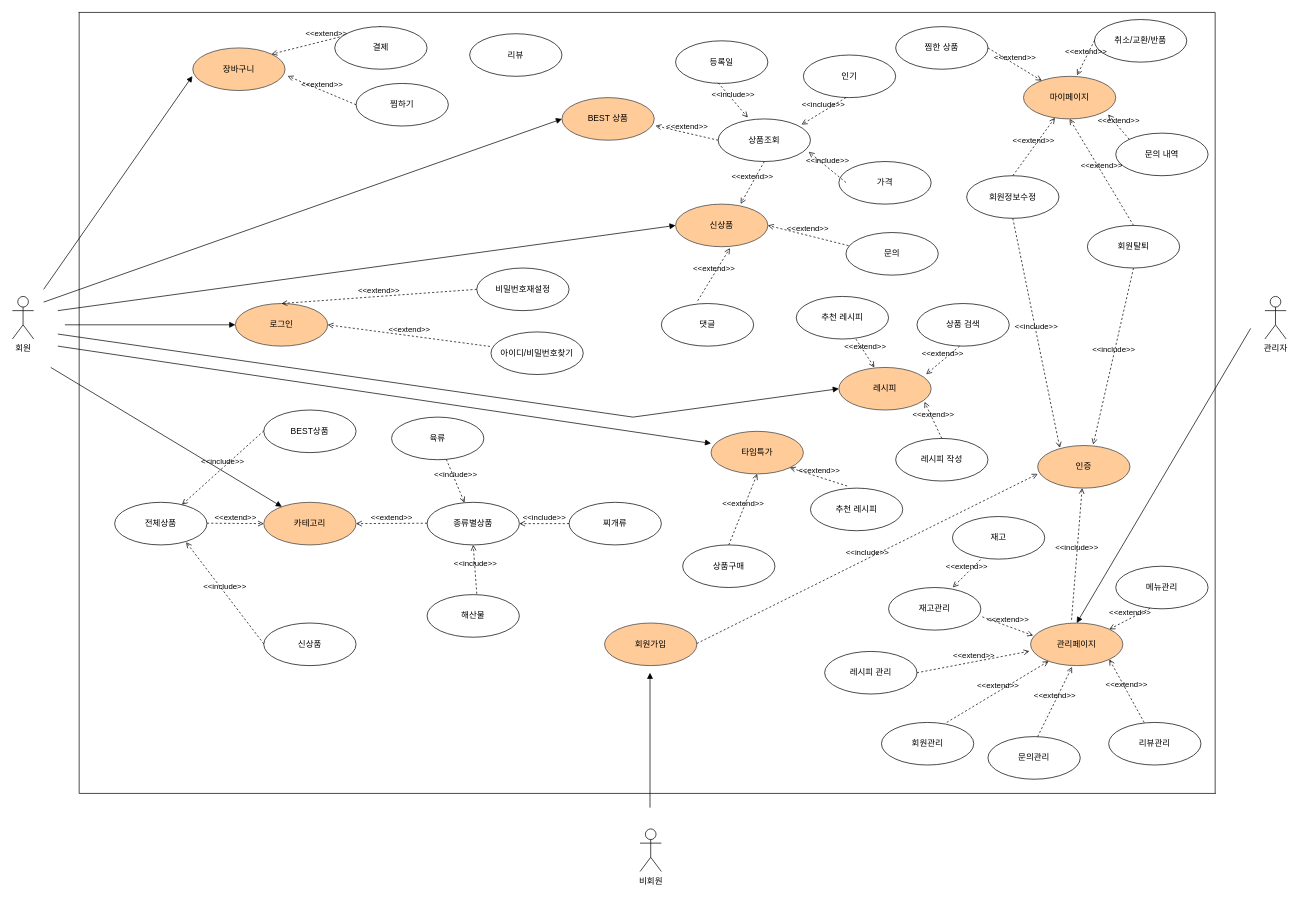
Before: USECASE DIAGRAM.drawio in wjdwodhs/USECASE-DIAGRAM, a draw.io diagram. Source tidied: cells renumbered, new cells numbered last; positions are measured from the earlier drawing's top-left corner, leaving out a move shared by most shapes. Both pictures are drawn from the tidied source at 71%, with x=0, y=0 at pixel (12, 12).
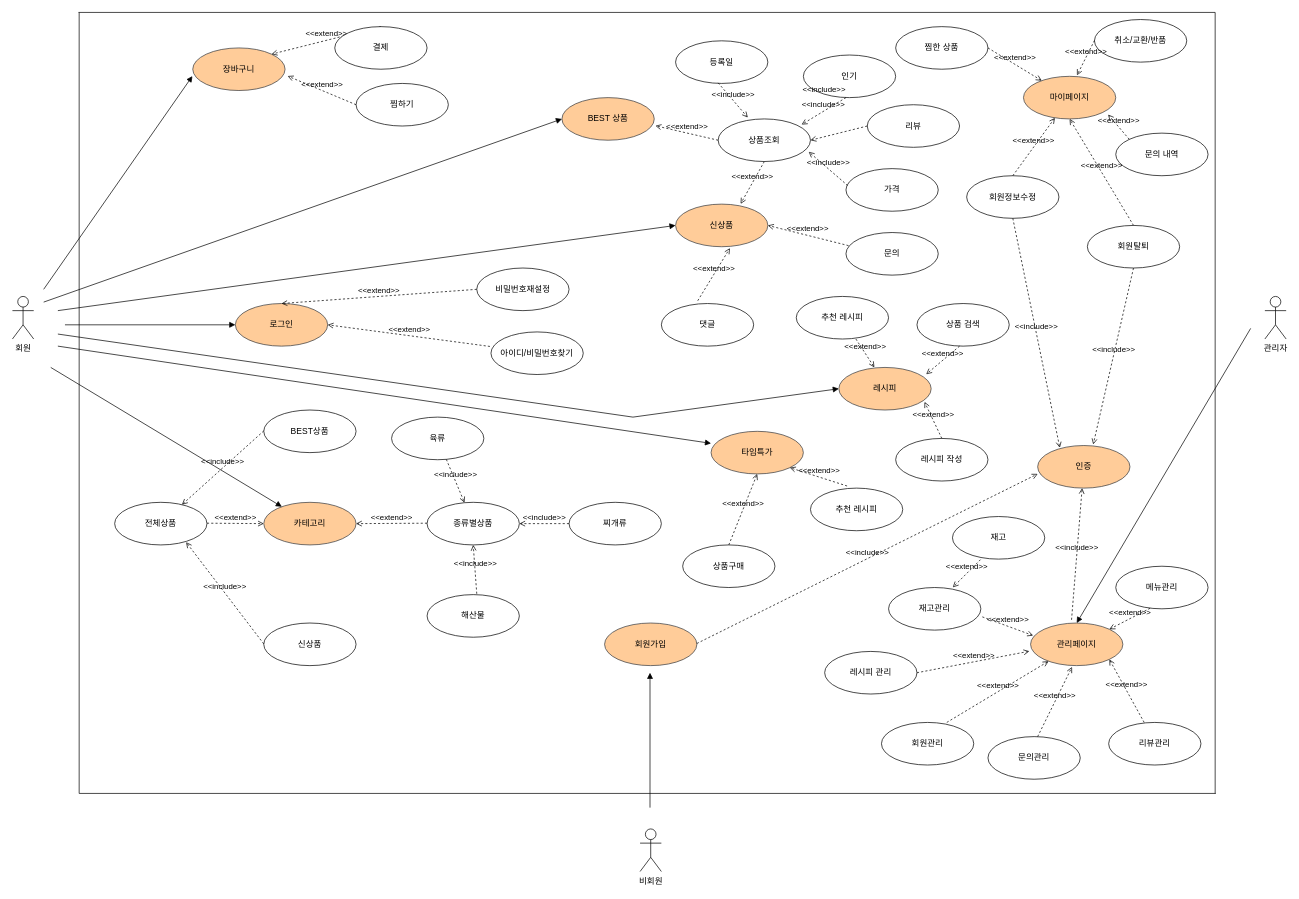
Above is the later version.

Unchanged cells that the change refers to:
```xml
<mxCell id="51" value="상품조회" style="ellipse;whiteSpace=wrap;html=1;" parent="1" vertex="1">
  <mxGeometry x="994" y="150" width="130" height="60" as="geometry" />
</mxCell>
```

What changed in the source:
```diff
@@
     <mxCell id="49" value="리뷰" style="ellipse;whiteSpace=wrap;html=1;" parent="1" vertex="1">
-      <mxGeometry x="644" y="30" width="130" height="60" as="geometry" />
+      <mxGeometry x="1204" y="130" width="130" height="60" as="geometry" />
     </mxCell>
     <mxCell id="50" value="가격" style="ellipse;whiteSpace=wrap;html=1;" parent="1" vertex="1">
-      <mxGeometry x="1164" y="210" width="130" height="60" as="geometry" />
+      <mxGeometry x="1174" y="220" width="130" height="60" as="geometry" />
     </mxCell>
@@
-    <mxCell id="56" value="&amp;lt;&amp;lt;include&amp;gt;&amp;gt;" style="html=1;verticalAlign=bottom;labelBackgroundColor=none;endArrow=open;endFill=0;dashed=1;rounded=0;entryX=0.981;entryY=0.772;entryDx=0;entryDy=0;entryPerimeter=0;" parent="1" edge="1" target="51">
-      <mxGeometry relative="1" as="geometry">
-        <mxPoint x="1174" y="239.6" as="sourcePoint" />
-      </mxGeometry>
+    <mxCell id="56" value="&amp;lt;&amp;lt;include&amp;gt;&amp;gt;" style="html=1;verticalAlign=bottom;labelBackgroundColor=none;endArrow=open;endFill=0;dashed=1;rounded=0;entryX=0.981;entryY=0.772;entryDx=0;entryDy=0;entryPerimeter=0;exitX=0.02;exitY=0.399;exitDx=0;exitDy=0;exitPerimeter=0;" parent="1" edge="1" source="50" target="51">
+      <mxGeometry relative="1" as="geometry" />
     </mxCell>
@@
+    <mxCell id="104" value="&amp;lt;&amp;lt;include&amp;gt;&amp;gt;" style="html=1;verticalAlign=bottom;labelBackgroundColor=none;endArrow=open;endFill=0;dashed=1;rounded=0;entryX=1;entryY=0.5;entryDx=0;entryDy=0;exitX=0;exitY=0.5;exitDx=0;exitDy=0;" parent="1" edge="1" source="49" target="51">
+      <mxGeometry x="0.2" y="-56" relative="1" as="geometry" />
+    </mxCell>
```
